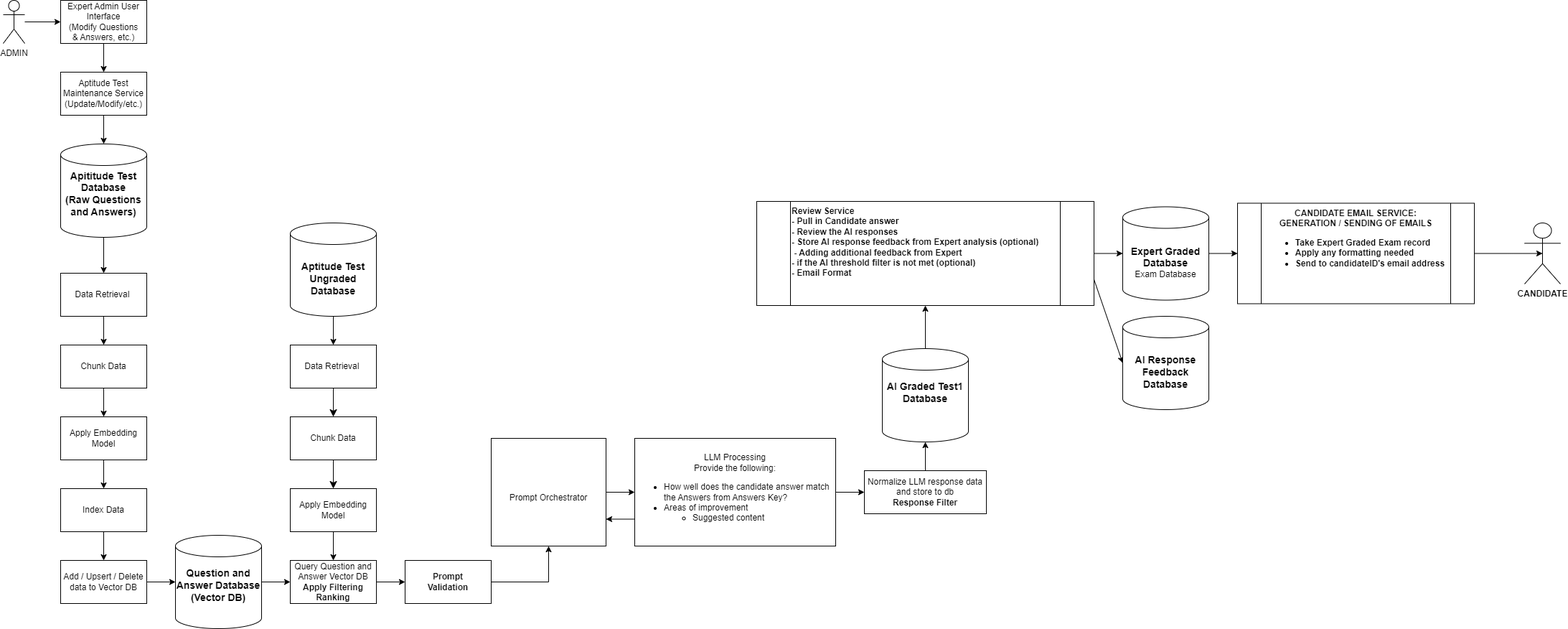
This is diagrams/ai-short-answer-auto-grader.drawio.png from mmat1/skynet-ai-2025, a draw.io export, as it was before one commit. Source tidied: cells renumbered, new cells last; positions are measured from the earlier drawing's top-left corner, leaving out a move shared by most shapes. Its diagram source:
```xml
<mxGraphModel>
  <root>
    <mxCell id="0" />
    <mxCell id="1" parent="0" />
    <mxCell id="2" value="&lt;b style=&quot;font-size: 14px;&quot;&gt;Aptitude Test Ungraded Database&lt;/b&gt;" style="shape=cylinder3;whiteSpace=wrap;html=1;boundedLbl=1;backgroundOutline=1;size=15;strokeColor=default;align=center;verticalAlign=middle;fontFamily=Helvetica;fontSize=12;fontColor=default;fillColor=default;" parent="1" vertex="1">
      <mxGeometry x="400" y="310" width="120" height="130" as="geometry" />
    </mxCell>
    <mxCell id="3" style="edgeStyle=none;curved=1;rounded=0;jettySize=auto;html=1;fontSize=12;startSize=8;endSize=8;" parent="1" edge="1" source="4" target="49">
      <mxGeometry relative="1" as="geometry" />
    </mxCell>
    <mxCell id="4" value="Data Retrieval&amp;nbsp;" style="rounded=0;whiteSpace=wrap;html=1;" parent="1" vertex="1">
      <mxGeometry x="400" y="480" width="120" height="60" as="geometry" />
    </mxCell>
    <mxCell id="5" style="edgeStyle=orthogonalEdgeStyle;rounded=0;jettySize=auto;html=1;entryX=0.5;entryY=0;entryDx=0;entryDy=0;" parent="1" edge="1" source="2" target="4">
      <mxGeometry relative="1" as="geometry" />
    </mxCell>
    <mxCell id="6" style="edgeStyle=orthogonalEdgeStyle;rounded=0;jettySize=auto;html=1;exitX=0.5;exitY=1;exitDx=0;exitDy=0;entryX=0.5;entryY=0;entryDx=0;entryDy=0;" parent="1" edge="1" source="7" target="9">
      <mxGeometry relative="1" as="geometry" />
    </mxCell>
    <mxCell id="7" value="Apply Embedding Model" style="rounded=0;whiteSpace=wrap;html=1;" parent="1" vertex="1">
      <mxGeometry x="400" y="680" width="120" height="60" as="geometry" />
    </mxCell>
    <mxCell id="8" style="edgeStyle=orthogonalEdgeStyle;rounded=0;jettySize=auto;html=1;entryX=0;entryY=0.5;entryDx=0;entryDy=0;" parent="1" edge="1" source="9" target="38">
      <mxGeometry relative="1" as="geometry" />
    </mxCell>
    <mxCell id="9" value="Query Question and Answer Vector DB&lt;br&gt;&lt;b&gt;Apply Filtering&lt;br&gt;Ranking&lt;br&gt;&lt;/b&gt;" style="rounded=0;whiteSpace=wrap;html=1;" parent="1" vertex="1">
      <mxGeometry x="400" y="780" width="120" height="60" as="geometry" />
    </mxCell>
    <mxCell id="10" style="edgeStyle=orthogonalEdgeStyle;rounded=0;jettySize=auto;html=1;exitX=0.5;exitY=1;exitDx=0;exitDy=0;entryX=0.5;entryY=0;entryDx=0;entryDy=0;" parent="1" edge="1" source="11" target="36">
      <mxGeometry relative="1" as="geometry" />
    </mxCell>
    <mxCell id="11" value="Data Retrieval&amp;nbsp;" style="rounded=0;whiteSpace=wrap;html=1;" parent="1" vertex="1">
      <mxGeometry x="80" y="380" width="120" height="60" as="geometry" />
    </mxCell>
    <mxCell id="12" value="&lt;b&gt;&lt;font style=&quot;font-size: 14px;&quot;&gt;Question and Answer Database (Vector DB)&lt;/font&gt;&lt;/b&gt;&lt;div&gt;&lt;b&gt;&lt;font style=&quot;font-size: 14px;&quot;&gt;&lt;br&gt;&lt;/font&gt;&lt;/b&gt;&lt;/div&gt;" style="shape=cylinder3;whiteSpace=wrap;html=1;boundedLbl=1;backgroundOutline=1;size=15;" parent="1" vertex="1">
      <mxGeometry x="240" y="745" width="120" height="130" as="geometry" />
    </mxCell>
    <mxCell id="13" style="edgeStyle=orthogonalEdgeStyle;rounded=0;jettySize=auto;html=1;exitX=0.5;exitY=1;exitDx=0;exitDy=0;" parent="1" edge="1" source="14" target="15">
      <mxGeometry relative="1" as="geometry" />
    </mxCell>
    <mxCell id="14" value="Expert Admin User Interface&lt;div&gt;(Modify Questions&lt;/div&gt;&lt;div&gt;&amp;amp; Answers, etc.)&lt;/div&gt;" style="rounded=0;whiteSpace=wrap;html=1;" parent="1" vertex="1">
      <mxGeometry x="80" width="120" height="60" as="geometry" />
    </mxCell>
    <mxCell id="15" value="Aptitude Test Maintenance Service&lt;div&gt;(Update/Modify/etc.)&lt;/div&gt;" style="rounded=0;whiteSpace=wrap;html=1;" parent="1" vertex="1">
      <mxGeometry x="80" y="100" width="120" height="60" as="geometry" />
    </mxCell>
    <mxCell id="16" value="Add / Upsert / Delete data to Vector DB" style="rounded=0;whiteSpace=wrap;html=1;" parent="1" vertex="1">
      <mxGeometry x="80" y="780" width="120" height="60" as="geometry" />
    </mxCell>
    <mxCell id="17" style="edgeStyle=orthogonalEdgeStyle;rounded=0;jettySize=auto;html=1;exitX=0.5;exitY=1;exitDx=0;exitDy=0;entryX=0.5;entryY=0;entryDx=0;entryDy=0;" parent="1" edge="1" source="19" target="16">
      <mxGeometry relative="1" as="geometry" />
    </mxCell>
    <mxCell id="18" style="edgeStyle=orthogonalEdgeStyle;rounded=0;jettySize=auto;html=1;startArrow=classic;startFill=1;endArrow=none;endFill=0;" parent="1" edge="1" source="19" target="20">
      <mxGeometry relative="1" as="geometry" />
    </mxCell>
    <mxCell id="19" value="Index Data" style="rounded=0;whiteSpace=wrap;html=1;" parent="1" vertex="1">
      <mxGeometry x="80" y="680" width="120" height="60" as="geometry" />
    </mxCell>
    <mxCell id="20" value="Apply Embedding Model" style="rounded=0;whiteSpace=wrap;html=1;" parent="1" vertex="1">
      <mxGeometry x="80" y="580" width="120" height="60" as="geometry" />
    </mxCell>
    <mxCell id="21" style="edgeStyle=orthogonalEdgeStyle;rounded=0;jettySize=auto;html=1;exitX=0.5;exitY=1;exitDx=0;exitDy=0;exitPerimeter=0;entryX=0.5;entryY=0;entryDx=0;entryDy=0;" parent="1" edge="1" source="22" target="11">
      <mxGeometry relative="1" as="geometry" />
    </mxCell>
    <mxCell id="22" value="&lt;b&gt;&lt;font style=&quot;font-size: 14px;&quot;&gt;Apititude Test Database&lt;/font&gt;&lt;/b&gt;&lt;div&gt;&lt;b&gt;&lt;font style=&quot;font-size: 14px;&quot;&gt;(Raw Questions and Answers&lt;/font&gt;&lt;/b&gt;&lt;b style=&quot;background-color: transparent;&quot;&gt;&lt;font style=&quot;font-size: 14px;&quot;&gt;)&lt;/font&gt;&lt;/b&gt;&lt;/div&gt;&lt;div&gt;&lt;div&gt;&lt;div&gt;&lt;b&gt;&lt;font style=&quot;font-size: 14px;&quot;&gt;&lt;br&gt;&lt;/font&gt;&lt;/b&gt;&lt;/div&gt;&lt;/div&gt;&lt;/div&gt;" style="shape=cylinder3;whiteSpace=wrap;html=1;boundedLbl=1;backgroundOutline=1;size=15;strokeColor=default;align=center;verticalAlign=middle;fontFamily=Helvetica;fontSize=12;fontColor=default;fillColor=default;" parent="1" vertex="1">
      <mxGeometry x="80" y="200" width="120" height="130" as="geometry" />
    </mxCell>
    <mxCell id="23" style="edgeStyle=orthogonalEdgeStyle;rounded=0;jettySize=auto;html=1;entryX=0;entryY=0.5;entryDx=0;entryDy=0;" parent="1" edge="1" source="24" target="14">
      <mxGeometry relative="1" as="geometry" />
    </mxCell>
    <mxCell id="24" value="ADMIN" style="shape=umlActor;verticalLabelPosition=bottom;verticalAlign=top;html=1;outlineConnect=0;" parent="1" vertex="1">
      <mxGeometry width="30" height="60" as="geometry" />
    </mxCell>
    <mxCell id="25" style="edgeStyle=orthogonalEdgeStyle;rounded=0;jettySize=auto;html=1;exitX=0.5;exitY=1;exitDx=0;exitDy=0;entryX=0.5;entryY=0;entryDx=0;entryDy=0;entryPerimeter=0;" parent="1" edge="1" source="15" target="22">
      <mxGeometry relative="1" as="geometry" />
    </mxCell>
    <mxCell id="26" style="edgeStyle=orthogonalEdgeStyle;rounded=0;jettySize=auto;html=1;" parent="1" edge="1" source="27" target="31">
      <mxGeometry relative="1" as="geometry" />
    </mxCell>
    <mxCell id="27" value="&lt;div&gt;&lt;br&gt;&lt;/div&gt;&lt;div&gt;&lt;span style=&quot;text-align: left; background-color: initial;&quot;&gt;Prompt Orchestrator&lt;/span&gt;&lt;/div&gt;" style="rounded=0;whiteSpace=wrap;html=1;" parent="1" vertex="1">
      <mxGeometry x="680" y="610" width="160" height="150" as="geometry" />
    </mxCell>
    <mxCell id="28" value="Normalize LLM response data and store to db&lt;br&gt;&lt;b&gt;Response Filter&lt;/b&gt;" style="rounded=0;whiteSpace=wrap;html=1;" parent="1" vertex="1">
      <mxGeometry x="1200" y="655" width="170" height="60" as="geometry" />
    </mxCell>
    <mxCell id="29" style="edgeStyle=orthogonalEdgeStyle;rounded=0;jettySize=auto;html=1;entryX=0;entryY=0.5;entryDx=0;entryDy=0;" parent="1" edge="1" source="31" target="28">
      <mxGeometry relative="1" as="geometry" />
    </mxCell>
    <mxCell id="30" style="edgeStyle=orthogonalEdgeStyle;rounded=0;jettySize=auto;html=1;entryX=1;entryY=0.75;entryDx=0;entryDy=0;" parent="1" edge="1" source="31" target="27">
      <mxGeometry relative="1" as="geometry">
        <Array as="points">
          <mxPoint x="1000" y="688" />
        </Array>
      </mxGeometry>
    </mxCell>
    <mxCell id="31" value="LLM Processing&lt;br&gt;Provide the following:&lt;br&gt;&lt;ul&gt;&lt;li style=&quot;text-align: left;&quot;&gt;How well does the candidate answer match the Answers from Answers Key?&lt;/li&gt;&lt;li style=&quot;text-align: left;&quot;&gt;Areas of improvement&lt;/li&gt;&lt;ul&gt;&lt;li style=&quot;text-align: left;&quot;&gt;Suggested content&lt;/li&gt;&lt;/ul&gt;&lt;/ul&gt;" style="rounded=0;whiteSpace=wrap;html=1;" parent="1" vertex="1">
      <mxGeometry x="880" y="610" width="280" height="150" as="geometry" />
    </mxCell>
    <mxCell id="32" style="edgeStyle=orthogonalEdgeStyle;rounded=0;jettySize=auto;html=1;entryX=0.5;entryY=1;entryDx=0;entryDy=0;" parent="1" edge="1" source="33" target="44">
      <mxGeometry relative="1" as="geometry" />
    </mxCell>
    <mxCell id="33" value="&lt;b&gt;&lt;font style=&quot;font-size: 14px;&quot;&gt;AI Graded Test1 Database&lt;/font&gt;&lt;/b&gt;&lt;div&gt;&lt;b&gt;&lt;font style=&quot;font-size: 14px;&quot;&gt;&lt;br&gt;&lt;/font&gt;&lt;/b&gt;&lt;/div&gt;&lt;div&gt;&lt;b&gt;&lt;font style=&quot;font-size: 14px;&quot;&gt;&lt;br&gt;&lt;/font&gt;&lt;/b&gt;&lt;/div&gt;" style="shape=cylinder3;whiteSpace=wrap;html=1;boundedLbl=1;backgroundOutline=1;size=15;strokeColor=default;align=center;verticalAlign=middle;fontFamily=Helvetica;fontSize=12;fontColor=default;fillColor=default;" parent="1" vertex="1">
      <mxGeometry x="1225" y="485" width="120" height="130" as="geometry" />
    </mxCell>
    <mxCell id="34" style="edgeStyle=orthogonalEdgeStyle;rounded=0;jettySize=auto;html=1;entryX=0.5;entryY=1;entryDx=0;entryDy=0;entryPerimeter=0;" parent="1" edge="1" source="28" target="33">
      <mxGeometry relative="1" as="geometry" />
    </mxCell>
    <mxCell id="35" style="edgeStyle=orthogonalEdgeStyle;rounded=0;jettySize=auto;html=1;entryX=0.5;entryY=0;entryDx=0;entryDy=0;" parent="1" edge="1" source="36" target="20">
      <mxGeometry relative="1" as="geometry" />
    </mxCell>
    <mxCell id="36" value="Chunk Data" style="rounded=0;whiteSpace=wrap;html=1;" parent="1" vertex="1">
      <mxGeometry x="80" y="480" width="120" height="60" as="geometry" />
    </mxCell>
    <mxCell id="37" style="edgeStyle=orthogonalEdgeStyle;rounded=0;jettySize=auto;html=1;exitX=1;exitY=0.5;exitDx=0;exitDy=0;" parent="1" edge="1" source="38" target="27">
      <mxGeometry relative="1" as="geometry" />
    </mxCell>
    <mxCell id="38" value="&lt;b&gt;Prompt&lt;br&gt;Validation&lt;br&gt;&lt;/b&gt;" style="rounded=0;whiteSpace=wrap;html=1;" parent="1" vertex="1">
      <mxGeometry x="560" y="780" width="120" height="60" as="geometry" />
    </mxCell>
    <mxCell id="39" style="edgeStyle=orthogonalEdgeStyle;rounded=0;jettySize=auto;html=1;entryX=0;entryY=0.5;entryDx=0;entryDy=0;" parent="1" edge="1" source="40" target="47">
      <mxGeometry relative="1" as="geometry" />
    </mxCell>
    <mxCell id="40" value="&lt;span style=&quot;font-size: 14px;&quot;&gt;&lt;b&gt;Expert Graded Database&lt;br&gt;&lt;/b&gt;&lt;/span&gt;Exam Database" style="shape=cylinder3;whiteSpace=wrap;html=1;boundedLbl=1;backgroundOutline=1;size=15;strokeColor=default;align=center;verticalAlign=middle;fontFamily=Helvetica;fontSize=12;fontColor=default;fillColor=default;" parent="1" vertex="1">
      <mxGeometry x="1560" y="287.5" width="120" height="130" as="geometry" />
    </mxCell>
    <mxCell id="41" value="&lt;b&gt;CANDIDATE&lt;/b&gt;" style="shape=umlActor;verticalLabelPosition=bottom;verticalAlign=top;html=1;outlineConnect=0;" parent="1" vertex="1">
      <mxGeometry x="2120" y="310" width="50" height="85" as="geometry" />
    </mxCell>
    <mxCell id="42" style="edgeStyle=orthogonalEdgeStyle;rounded=0;jettySize=auto;html=1;" parent="1" edge="1" source="44" target="40">
      <mxGeometry relative="1" as="geometry" />
    </mxCell>
    <mxCell id="43" style="edgeStyle=none;html=1;exitX=1;exitY=0.75;exitDx=0;exitDy=0;entryX=0;entryY=0.5;entryDx=0;entryDy=0;entryPerimeter=0;" parent="1" edge="1" source="44" target="45">
      <mxGeometry relative="1" as="geometry" />
    </mxCell>
    <mxCell id="44" value="&lt;b&gt;Review Service&lt;br&gt;- Pull in Candidate answer&lt;br&gt;-&amp;nbsp;Review the AI responses&lt;br&gt;- Store AI response feedback from Expert analysis (optional)&lt;br&gt;&amp;nbsp;- Adding additional feedback from Expert&lt;br&gt;&lt;/b&gt;&lt;b style=&quot;border-color: var(--border-color);&quot;&gt;- if the AI threshold filter is not met (optional)&lt;/b&gt;&lt;b&gt;&lt;br&gt;- Email Format&lt;br&gt;&lt;/b&gt;" style="shape=process;whiteSpace=wrap;html=1;backgroundOutline=1;verticalAlign=top;align=left;" parent="1" vertex="1">
      <mxGeometry x="1050" y="280" width="470" height="145" as="geometry" />
    </mxCell>
    <mxCell id="45" value="&lt;span style=&quot;font-size: 14px;&quot;&gt;&lt;b&gt;AI Response&lt;br&gt;Feedback Database&lt;/b&gt;&lt;/span&gt;" style="shape=cylinder3;whiteSpace=wrap;html=1;boundedLbl=1;backgroundOutline=1;size=15;strokeColor=default;align=center;verticalAlign=middle;fontFamily=Helvetica;fontSize=12;fontColor=default;fillColor=default;" parent="1" vertex="1">
      <mxGeometry x="1560" y="440" width="120" height="130" as="geometry" />
    </mxCell>
    <mxCell id="46" style="edgeStyle=orthogonalEdgeStyle;rounded=0;jettySize=auto;html=1;entryX=0.5;entryY=0.5;entryDx=0;entryDy=0;entryPerimeter=0;" parent="1" edge="1" source="47" target="41">
      <mxGeometry relative="1" as="geometry" />
    </mxCell>
    <mxCell id="47" value="&lt;b&gt;CANDIDATE EMAIL SERVICE:&lt;/b&gt;&lt;div&gt;&lt;b&gt;GENERATION / SENDING OF EMAILS&lt;/b&gt;&lt;/div&gt;&lt;div&gt;&lt;ul&gt;&lt;li style=&quot;text-align: left;&quot;&gt;&lt;b&gt;Take Expert Graded Exam record&lt;/b&gt;&lt;/li&gt;&lt;li style=&quot;text-align: left;&quot;&gt;&lt;b&gt;Apply any formatting needed&lt;/b&gt;&lt;/li&gt;&lt;li style=&quot;text-align: left;&quot;&gt;&lt;b&gt;Send to candidateID's email address&lt;/b&gt;&lt;/li&gt;&lt;/ul&gt;&lt;/div&gt;" style="shape=process;whiteSpace=wrap;html=1;backgroundOutline=1;verticalAlign=top;align=center;" parent="1" vertex="1">
      <mxGeometry x="1720" y="282.5" width="330" height="140" as="geometry" />
    </mxCell>
    <mxCell id="48" style="edgeStyle=none;curved=1;rounded=0;jettySize=auto;html=1;fontSize=12;startSize=8;endSize=8;" parent="1" edge="1" source="49" target="7">
      <mxGeometry relative="1" as="geometry" />
    </mxCell>
    <mxCell id="49" value="Chunk Data" style="rounded=0;whiteSpace=wrap;html=1;" parent="1" vertex="1">
      <mxGeometry x="400" y="580" width="120" height="60" as="geometry" />
    </mxCell>
    <mxCell id="50" style="edgeStyle=none;html=1;exitX=1;exitY=0.5;exitDx=0;exitDy=0;" parent="1" edge="1" source="16" target="12">
      <mxGeometry relative="1" as="geometry" />
    </mxCell>
    <mxCell id="51" style="edgeStyle=none;html=1;" parent="1" edge="1" source="12" target="9">
      <mxGeometry relative="1" as="geometry" />
    </mxCell>
  </root>
</mxGraphModel>
```
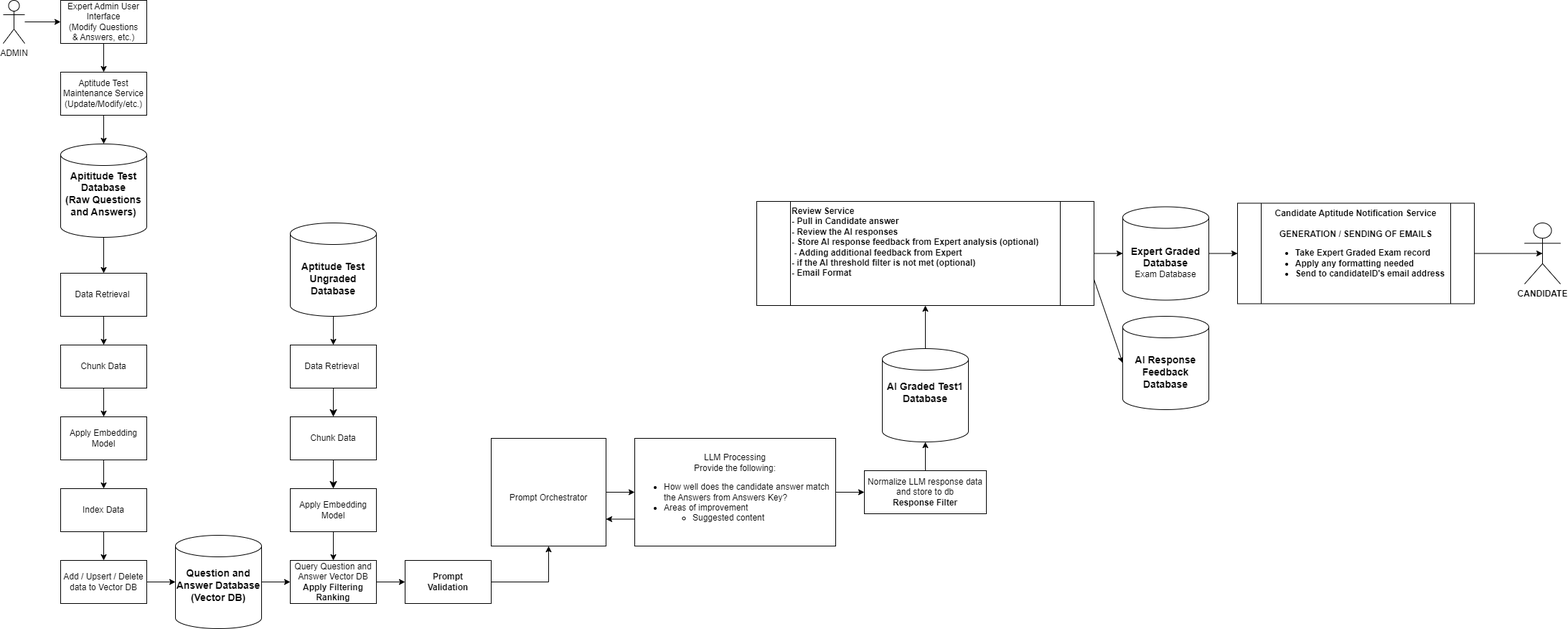
Above is the later version.

Commit message:
rename candidate notification service to candidate aptitude notification service

Change to the diagram source:
```diff
@@ -141,7 +141,7 @@
     <mxCell id="46" style="edgeStyle=orthogonalEdgeStyle;rounded=0;jettySize=auto;html=1;entryX=0.5;entryY=0.5;entryDx=0;entryDy=0;entryPerimeter=0;" parent="1" edge="1" source="47" target="41">
       <mxGeometry relative="1" as="geometry" />
     </mxCell>
-    <mxCell id="47" value="&lt;b&gt;CANDIDATE EMAIL SERVICE:&lt;/b&gt;&lt;div&gt;&lt;b&gt;GENERATION / SENDING OF EMAILS&lt;/b&gt;&lt;/div&gt;&lt;div&gt;&lt;ul&gt;&lt;li style=&quot;text-align: left;&quot;&gt;&lt;b&gt;Take Expert Graded Exam record&lt;/b&gt;&lt;/li&gt;&lt;li style=&quot;text-align: left;&quot;&gt;&lt;b&gt;Apply any formatting needed&lt;/b&gt;&lt;/li&gt;&lt;li style=&quot;text-align: left;&quot;&gt;&lt;b&gt;Send to candidateID's email address&lt;/b&gt;&lt;/li&gt;&lt;/ul&gt;&lt;/div&gt;" style="shape=process;whiteSpace=wrap;html=1;backgroundOutline=1;verticalAlign=top;align=center;" parent="1" vertex="1">
+    <mxCell id="47" value="&lt;b&gt;Candidate Aptitude Notification Service&lt;/b&gt;&lt;div&gt;&lt;b&gt;&lt;br&gt;&lt;/b&gt;&lt;div&gt;&lt;b&gt;GENERATION / SENDING OF EMAILS&lt;/b&gt;&lt;/div&gt;&lt;div&gt;&lt;ul&gt;&lt;li style=&quot;text-align: left;&quot;&gt;&lt;b&gt;Take Expert Graded Exam record&lt;/b&gt;&lt;/li&gt;&lt;li style=&quot;text-align: left;&quot;&gt;&lt;b&gt;Apply any formatting needed&lt;/b&gt;&lt;/li&gt;&lt;li style=&quot;text-align: left;&quot;&gt;&lt;b&gt;Send to candidateID's email address&lt;/b&gt;&lt;/li&gt;&lt;/ul&gt;&lt;/div&gt;&lt;/div&gt;" style="shape=process;whiteSpace=wrap;html=1;backgroundOutline=1;verticalAlign=top;align=center;" parent="1" vertex="1">
       <mxGeometry x="1720" y="282.5" width="330" height="140" as="geometry" />
     </mxCell>
     <mxCell id="48" style="edgeStyle=none;curved=1;rounded=0;jettySize=auto;html=1;fontSize=12;startSize=8;endSize=8;" parent="1" edge="1" source="49" target="7">
```
